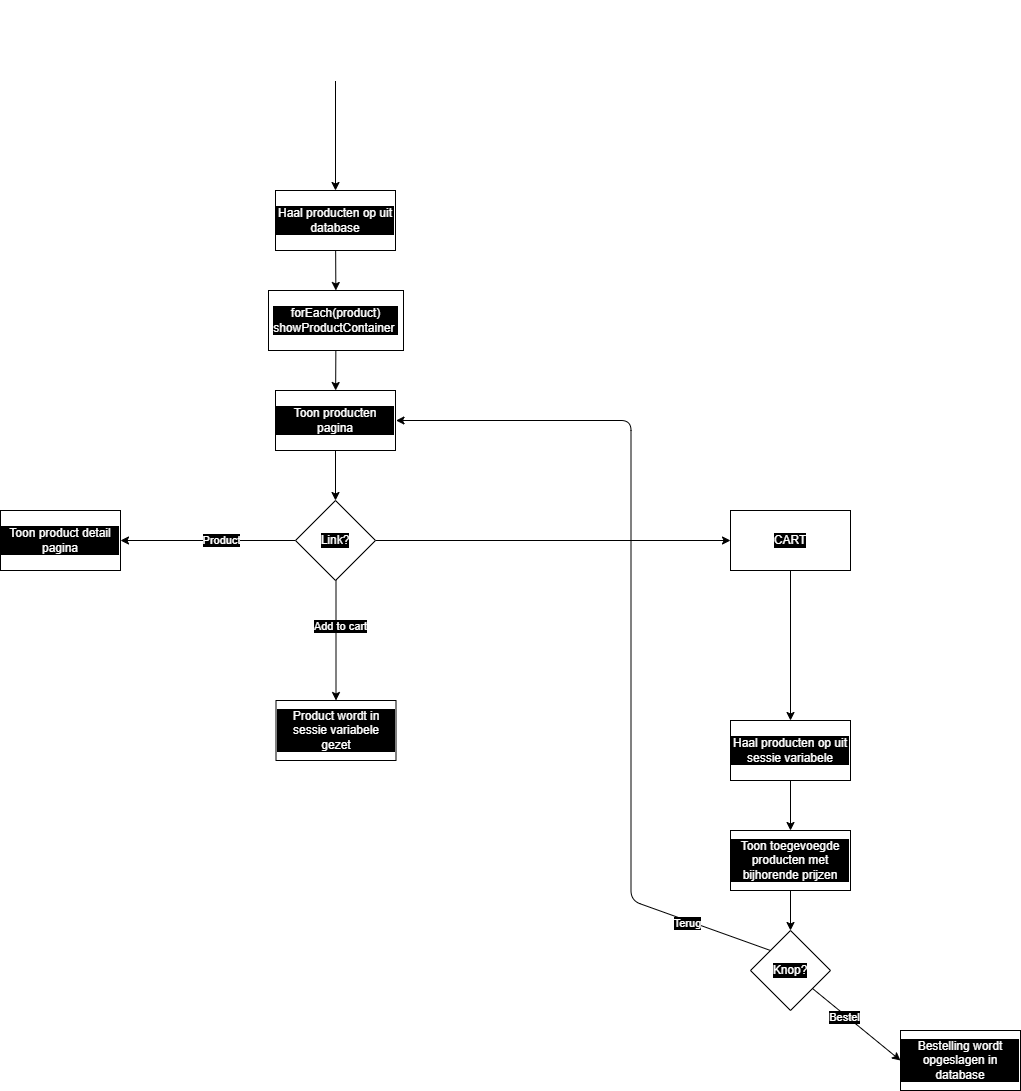
Dabra720/educom-webshop-database keeps this draw.io diagram as Diagrams/webshop_flowchart.drawio.png. Above is the earlier version. Source tidied: cells renumbered, new cells last; positions are measured from the earlier drawing's top-left corner, leaving out a move shared by most shapes.
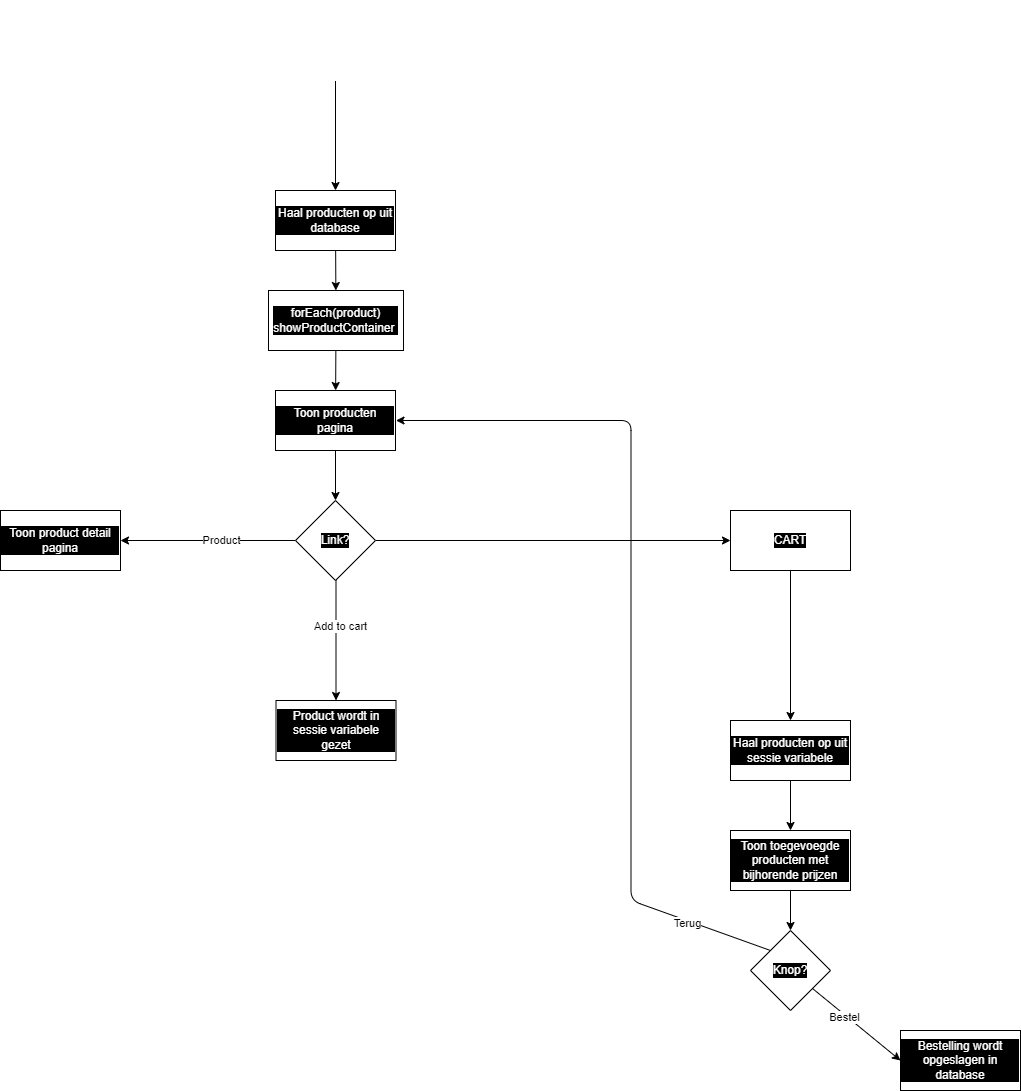
After the change.

What changed in the source:
```diff
@@ -17,7 +17,7 @@
     <mxCell id="6" style="edgeStyle=none;html=1;strokeColor=#000000;labelBackgroundColor=#000000;fontColor=#FFFFFF;" parent="1" edge="1" source="11" target="12">
       <mxGeometry relative="1" as="geometry" />
     </mxCell>
-    <mxCell id="7" value="Product" style="edgeLabel;html=1;align=center;verticalAlign=middle;fontColor=#FFFFFF;labelBackgroundColor=#000000;" parent="6" vertex="1">
+    <mxCell id="7" value="Product" style="edgeLabel;html=1;align=center;verticalAlign=middle;fontColor=#000000;labelBackgroundColor=#FFFFFF;" parent="6" vertex="1">
       <mxGeometry x="-0.14" y="-1" relative="1" as="geometry" />
     </mxCell>
     <mxCell id="8" style="edgeStyle=none;html=1;strokeColor=#000000;labelBackgroundColor=#000000;fontColor=#FFFFFF;" parent="1" edge="1" target="13">
@@ -25,7 +25,7 @@
         <mxPoint x="335.5" y="580" as="sourcePoint" />
       </mxGeometry>
     </mxCell>
-    <mxCell id="9" value="Add to cart" style="edgeLabel;html=1;align=center;verticalAlign=middle;fontColor=#FFFFFF;labelBackgroundColor=#000000;" parent="8" vertex="1">
+    <mxCell id="9" value="Add to cart" style="edgeLabel;html=1;align=center;verticalAlign=middle;fontColor=#000000;labelBackgroundColor=#FFFFFF;" parent="8" vertex="1">
       <mxGeometry x="-0.25" y="4" relative="1" as="geometry" />
     </mxCell>
     <mxCell id="10" style="edgeStyle=none;html=1;strokeColor=#000000;labelBackgroundColor=#000000;fontColor=#FFFFFF;" parent="1" edge="1" source="11" target="19">
@@ -79,13 +79,13 @@
         </Array>
       </mxGeometry>
     </mxCell>
-    <mxCell id="25" value="Terug" style="edgeLabel;html=1;align=center;verticalAlign=middle;fontColor=#FFFFFF;labelBackgroundColor=#000000;" parent="24" vertex="1">
+    <mxCell id="25" value="Terug" style="edgeLabel;html=1;align=center;verticalAlign=middle;fontColor=#000000;labelBackgroundColor=#FFFFFF;labelBorderColor=none;" parent="24" vertex="1">
       <mxGeometry x="-0.8" y="2" relative="1" as="geometry" />
     </mxCell>
     <mxCell id="26" style="edgeStyle=none;html=1;entryX=0;entryY=0.5;entryDx=0;entryDy=0;strokeColor=#000000;labelBackgroundColor=#000000;fontColor=#FFFFFF;" parent="1" edge="1" source="28" target="29">
       <mxGeometry relative="1" as="geometry" />
     </mxCell>
-    <mxCell id="27" value="Bestel" style="edgeLabel;html=1;align=center;verticalAlign=middle;fontColor=#FFFFFF;labelBackgroundColor=#000000;" parent="26" vertex="1">
+    <mxCell id="27" value="Bestel" style="edgeLabel;html=1;align=center;verticalAlign=middle;fontColor=#000000;labelBackgroundColor=#FFFFFF;" parent="26" vertex="1">
       <mxGeometry x="-0.26" y="-2" relative="1" as="geometry" />
     </mxCell>
     <mxCell id="28" value="Knop?" style="rhombus;whiteSpace=wrap;html=1;labelBackgroundColor=#000000;fontColor=#FFFFFF;" parent="1" vertex="1">
```
